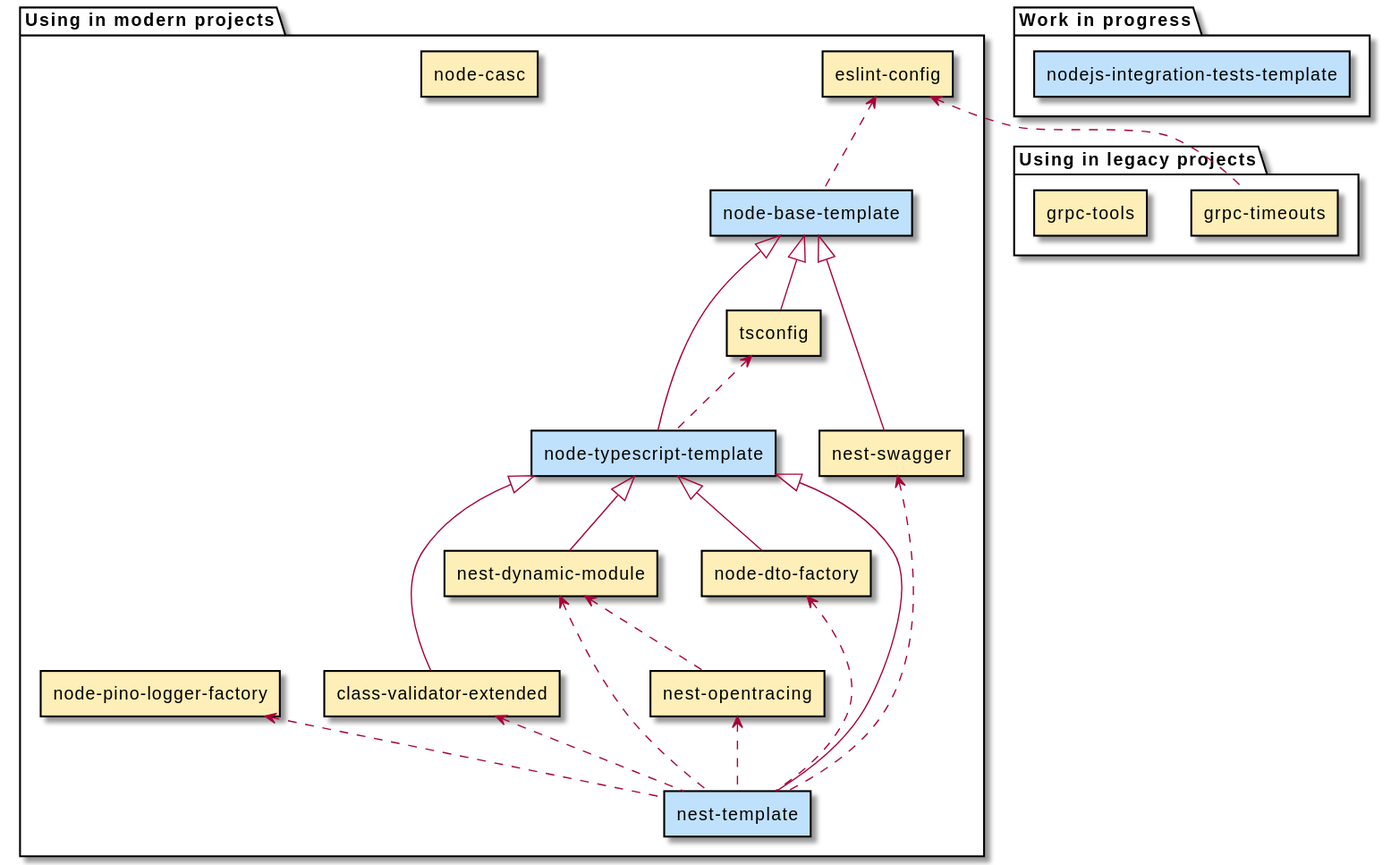
Byndyusoft/awesome-byndyusoft-opensource keeps this PlantUML diagram as docs/nodejs.svg. Above is the earlier version.
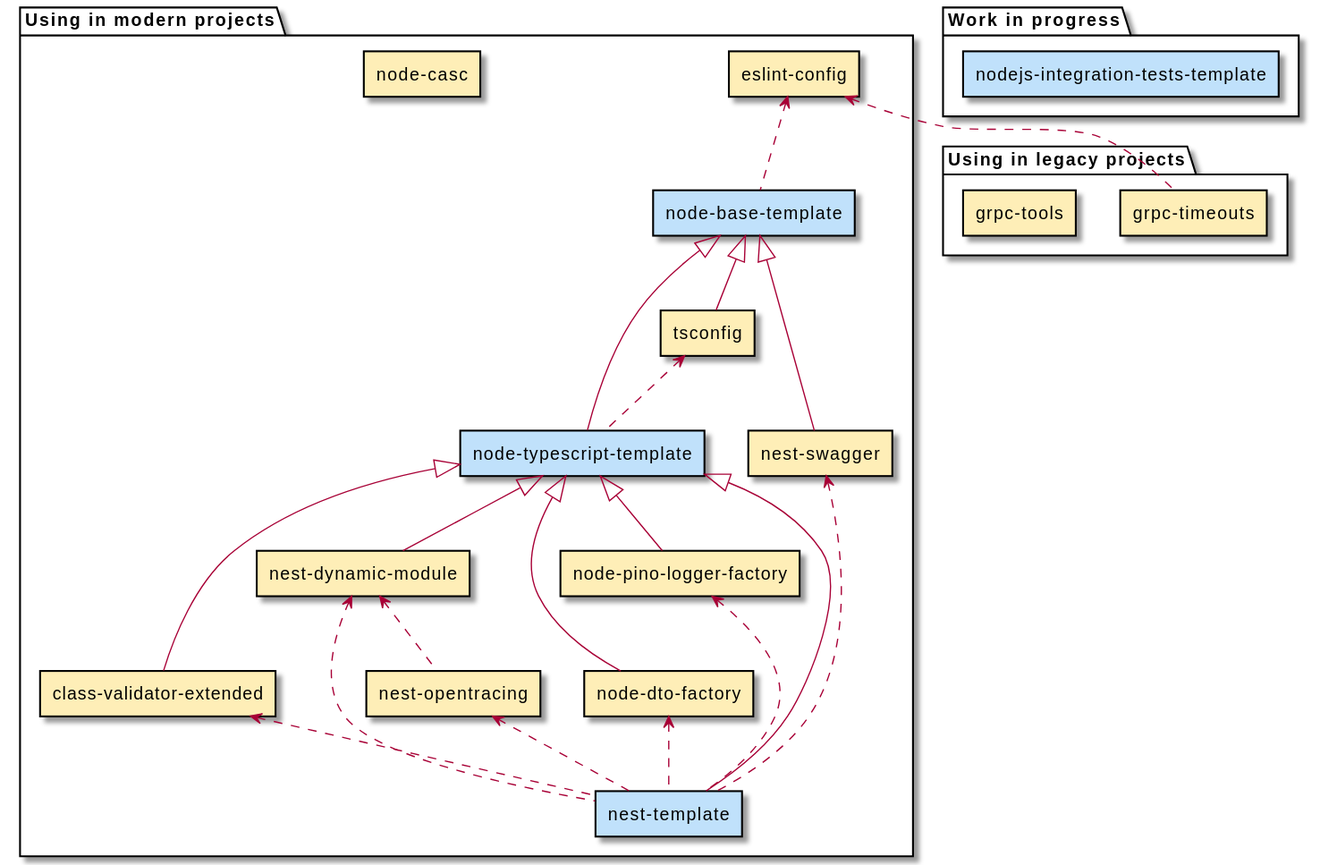
After the change.

Change to the diagram source:
```diff
@@ -50,6 +50,8 @@
 
 EXTENDS("node-dto-factory", "node-typescript-template")
 
+EXTENDS("node-pino-logger-factory", "node-typescript-template")
+
 EXTENDS("tsconfig", "node-base-template")
 
 USE("grpc-timeouts", "eslint-config")
```
